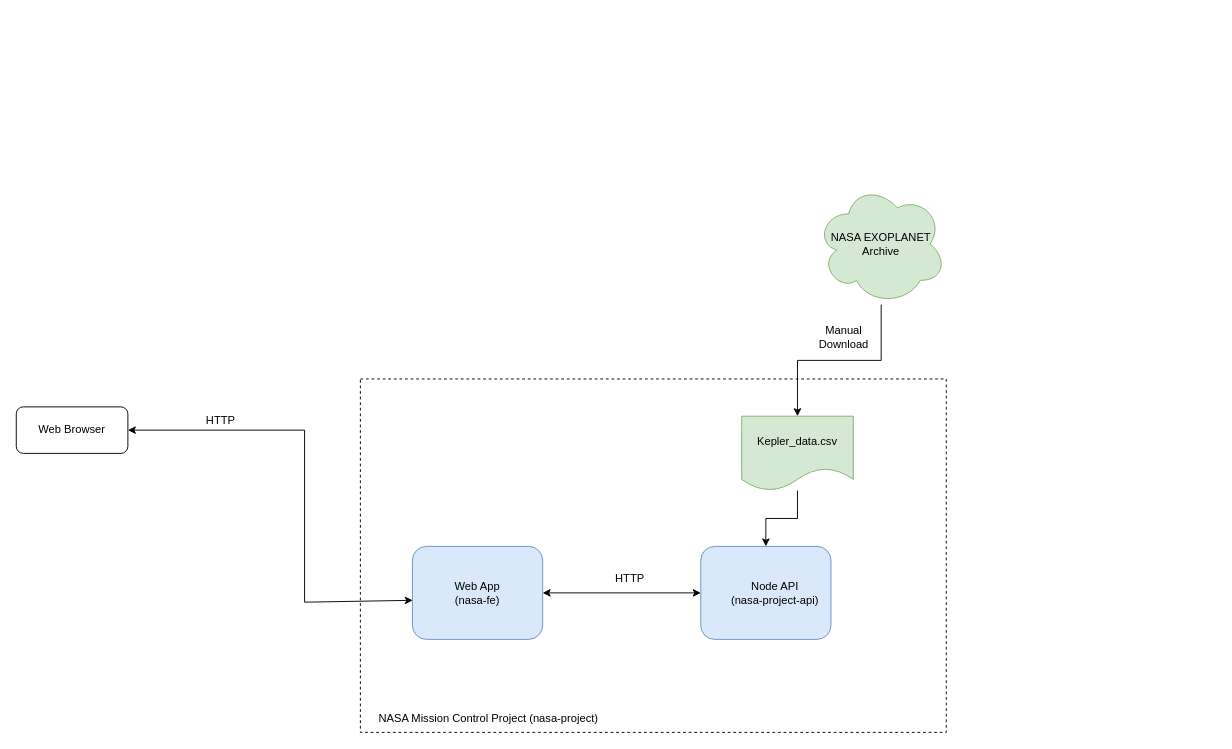
Above: ProjectStructure.drawio in samuelpalacio1709/Nasa-Project (draw.io), before the change. Source tidied: cells renumbered, new cells numbered last; positions are measured from the earlier drawing's top-left corner, leaving out a move shared by most shapes. Both pictures are drawn from the tidied source at 93%, with x=0, y=0 at pixel (16, 183).
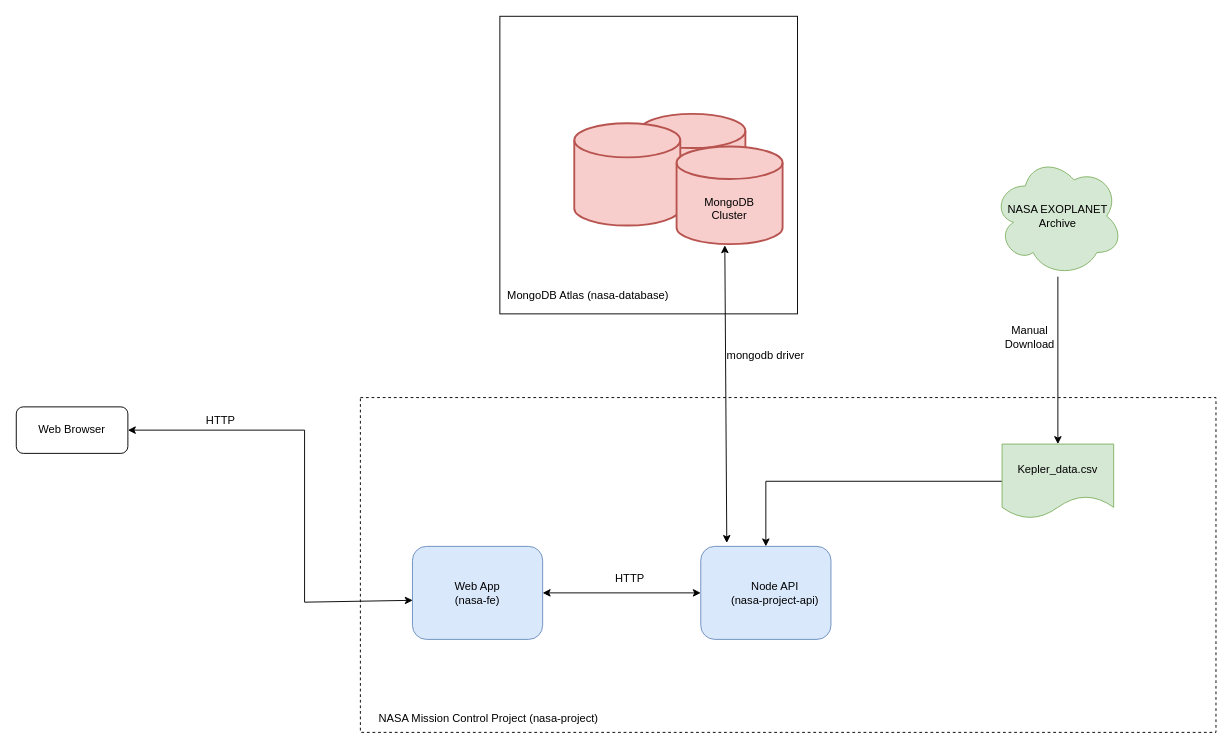
The same page after the edit.

Unchanged cells that the change refers to:
```xml
<mxCell id="4" style="rounded=1;whiteSpace=wrap;html=1;fillColor=#dae8fc;strokeColor=#6c8ebf;" parent="1" vertex="1">
  <mxGeometry x="736" y="390" width="140" height="100" as="geometry" />
</mxCell>
```

What changed in the source:
```diff
@@
     <mxCell id="2" style="rounded=0;whiteSpace=wrap;html=1;fillColor=none;dashed=1;" parent="1" vertex="1">
-      <mxGeometry x="370" y="210" width="630" height="380" as="geometry" />
+      <mxGeometry x="370" y="230" width="920" height="360" as="geometry" />
     </mxCell>
@@
     <mxCell id="14" value="Kepler_data.csv" style="shape=document;whiteSpace=wrap;html=1;boundedLbl=1;fillColor=#d5e8d4;strokeColor=#82b366;" parent="1" vertex="1">
-      <mxGeometry x="780" y="250" width="120" height="80" as="geometry" />
+      <mxGeometry x="1060" y="280" width="120" height="80" as="geometry" />
     </mxCell>
@@
     <mxCell id="16" value="NASA EXOPLANET Archive&lt;br&gt;" style="ellipse;shape=cloud;whiteSpace=wrap;html=1;fillColor=#d5e8d4;strokeColor=#82b366;" parent="1" vertex="1">
-      <mxGeometry x="860" width="140" height="130" as="geometry" />
+      <mxGeometry x="1050" y="-30" width="140" height="130" as="geometry" />
     </mxCell>
     <mxCell id="17" value="Manual Download" style="text;html=1;strokeColor=none;fillColor=none;align=center;verticalAlign=middle;whiteSpace=wrap;rounded=0;" parent="1" vertex="1">
-      <mxGeometry x="860" y="150" width="60" height="30" as="geometry" />
+      <mxGeometry x="1060" y="150" width="60" height="30" as="geometry" />
     </mxCell>
+    <mxCell id="18" style="group;" parent="1" vertex="1">
+      <mxGeometry x="520" y="-180" width="320" height="320" as="geometry" />
+    </mxCell>
+    <mxCell id="19" style="whiteSpace=wrap;html=1;" parent="18" vertex="1">
+      <mxGeometry width="320" height="320" as="geometry" />
+    </mxCell>
+    <mxCell id="20" style="strokeWidth=2;html=1;shape=mxgraph.flowchart.database;whiteSpace=wrap;fillColor=#f8cecc;strokeColor=#b85450;" parent="18" vertex="1">
+      <mxGeometry x="150" y="105" width="114" height="110" as="geometry" />
+    </mxCell>
+    <mxCell id="21" style="strokeWidth=2;html=1;shape=mxgraph.flowchart.database;whiteSpace=wrap;fillColor=#f8cecc;strokeColor=#b85450;" parent="18" vertex="1">
+      <mxGeometry x="80" y="115" width="114" height="110" as="geometry" />
+    </mxCell>
+    <mxCell id="22" value="&lt;br&gt;&lt;br&gt;MongoDB&lt;br&gt;Cluster" style="strokeWidth=2;html=1;shape=mxgraph.flowchart.database;whiteSpace=wrap;fillColor=#f8cecc;strokeColor=#b85450;" parent="18" vertex="1">
+      <mxGeometry x="190" y="140" width="114" height="105" as="geometry" />
+    </mxCell>
+    <mxCell id="23" value="MongoDB Atlas (nasa-database)" style="text;html=1;strokeColor=none;fillColor=none;align=center;verticalAlign=middle;whiteSpace=wrap;rounded=0;" parent="18" vertex="1">
+      <mxGeometry y="285" width="190" height="30" as="geometry" />
+    </mxCell>
+    <mxCell id="24" value="mongodb driver" style="text;html=1;strokeColor=none;fillColor=none;align=center;verticalAlign=middle;whiteSpace=wrap;rounded=0;" parent="1" vertex="1">
+      <mxGeometry x="761" y="170" width="90" height="30" as="geometry" />
+    </mxCell>
+    <mxCell id="25" style="endArrow=classic;startArrow=classic;html=1;rounded=0;exitX=0.2;exitY=-0.037;exitDx=0;exitDy=0;exitPerimeter=0;entryX=0.455;entryY=1.012;entryDx=0;entryDy=0;entryPerimeter=0;" parent="1" edge="1" source="4" target="22">
+      <mxGeometry relative="1" as="geometry" />
+    </mxCell>
```
